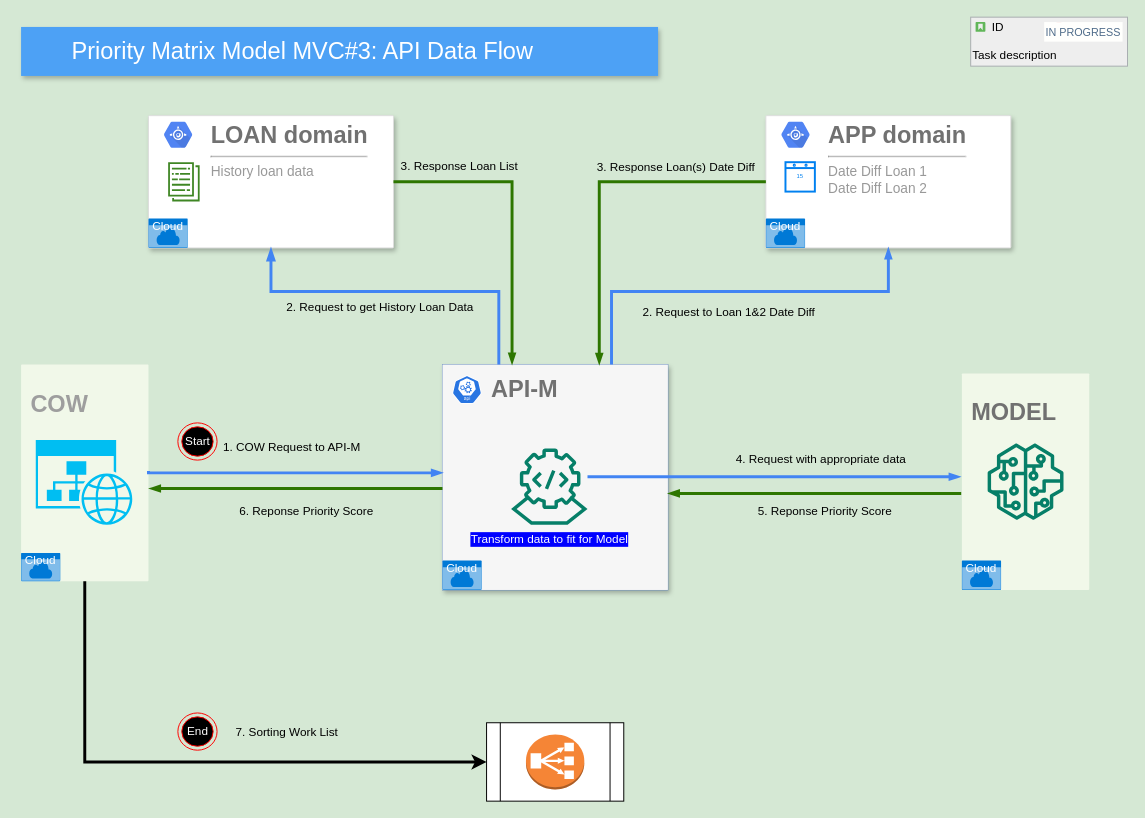
Before: PriorityMatrixAPIDataFlow.drawio in kencheril/keep, a draw.io diagram. Source tidied: cells renumbered, new cells numbered last; positions are measured from the earlier drawing's top-left corner, leaving out a move shared by most shapes. Both pictures are drawn from the tidied source at 98%, with x=0, y=0 at pixel (-75, 17).
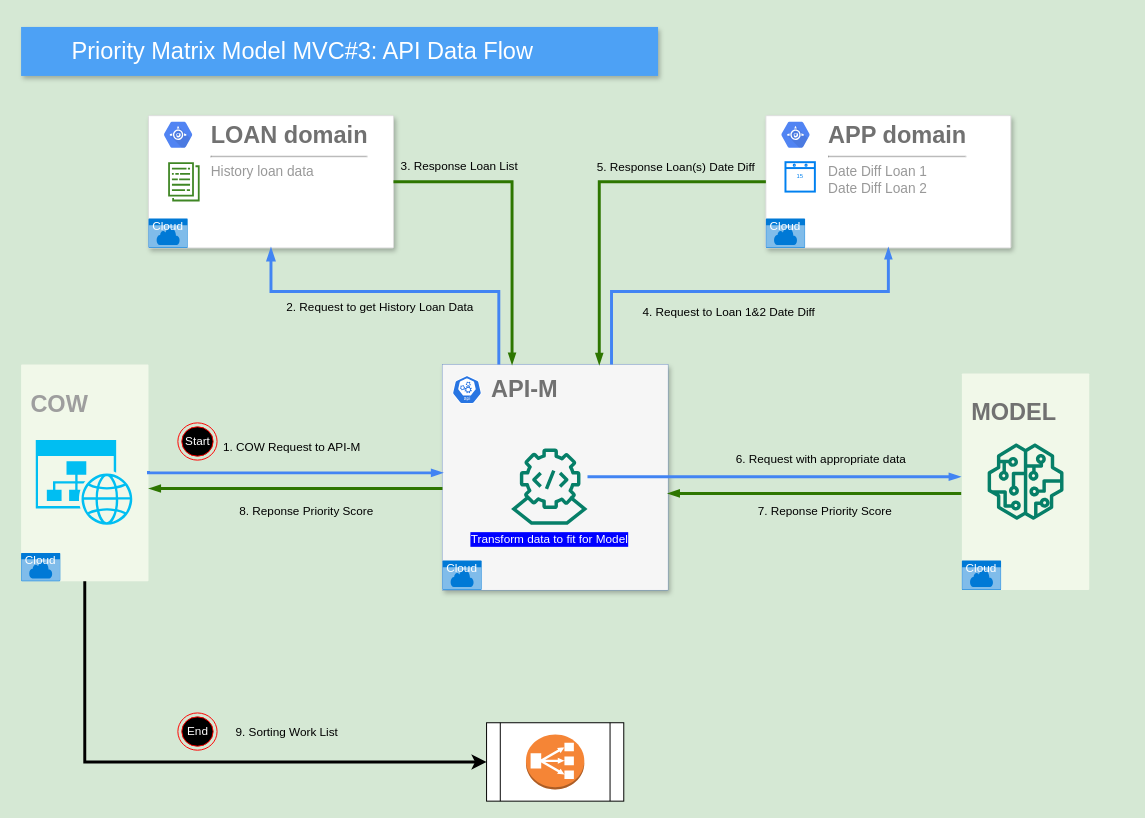
After the change.

Unchanged cells that the change refers to:
```xml
<mxCell id="6" value="&lt;h2&gt;&lt;font style=&quot;font-size: 24px;&quot;&gt;COW&lt;/font&gt;&lt;/h2&gt;" style="rounded=1;absoluteArcSize=1;arcSize=2;html=1;strokeColor=none;gradientColor=none;shadow=0;dashed=0;fontSize=12;fontColor=#9E9E9E;align=left;verticalAlign=top;spacing=10;spacingTop=-4;fillColor=#F1F8E9;" parent="5" vertex="1">
  <mxGeometry width="130" height="221" as="geometry" />
</mxCell>
<mxCell id="28" style="edgeStyle=elbowEdgeStyle;rounded=0;elbow=vertical;html=1;labelBackgroundColor=none;startFill=1;startSize=4;endArrow=blockThin;endFill=1;endSize=4;jettySize=auto;strokeColor=#4284F3;strokeWidth=3;fontSize=12;fontColor=#000000;align=left;dashed=0;entryX=0.5;entryY=1;entryDx=0;entryDy=0;exitX=0.75;exitY=0;exitDx=0;exitDy=0;" parent="1" edge="1" source="14" target="24">
  <mxGeometry relative="1" as="geometry">
    <Array as="points">
      <mxPoint x="838" y="280" />
      <mxPoint x="553" y="370" />
      <mxPoint x="393" y="382" />
      <mxPoint x="383" y="422" />
      <mxPoint x="383" y="372" />
    </Array>
  </mxGeometry>
</mxCell>
<mxCell id="30" style="edgeStyle=elbowEdgeStyle;rounded=0;elbow=vertical;html=1;labelBackgroundColor=none;startFill=1;startSize=4;endArrow=blockThin;endFill=1;endSize=4;jettySize=auto;strokeColor=#2D7600;strokeWidth=3;fontSize=12;fontColor=#000000;align=left;dashed=0;entryX=0.626;entryY=-0.001;entryDx=0;entryDy=0;fillColor=#60a917;entryPerimeter=0;exitX=0;exitY=0.5;exitDx=0;exitDy=0;" parent="1" edge="1" source="24">
  <mxGeometry relative="1" as="geometry">
    <mxPoint x="688" y="354.3" as="targetPoint" />
    <Array as="points">
      <mxPoint x="764" y="168" />
      <mxPoint x="579" y="380" />
      <mxPoint x="419" y="392" />
      <mxPoint x="409" y="432" />
      <mxPoint x="409" y="382" />
    </Array>
  </mxGeometry>
</mxCell>
<mxCell id="36" style="edgeStyle=elbowEdgeStyle;rounded=0;elbow=vertical;html=1;labelBackgroundColor=none;startFill=1;startSize=4;endArrow=blockThin;endFill=1;endSize=4;jettySize=auto;strokeColor=#4284F3;strokeWidth=3;fontSize=12;fontColor=#000000;align=left;dashed=0;entryX=-0.013;entryY=0.254;entryDx=0;entryDy=0;entryPerimeter=0;" parent="1" edge="1" source="17">
  <mxGeometry relative="1" as="geometry">
    <mxPoint x="1056.3" y="468.6" as="targetPoint" />
    <Array as="points">
      <mxPoint x="848" y="469" />
      <mxPoint x="563" y="429" />
      <mxPoint x="403" y="441" />
      <mxPoint x="393" y="481" />
      <mxPoint x="393" y="431" />
    </Array>
  </mxGeometry>
</mxCell>
<mxCell id="38" style="edgeStyle=elbowEdgeStyle;rounded=0;elbow=vertical;html=1;labelBackgroundColor=none;startFill=1;startSize=4;endArrow=blockThin;endFill=1;endSize=4;jettySize=auto;orthogonalLoop=1;strokeColor=#2D7600;strokeWidth=3;fontSize=12;fontColor=#000000;align=left;dashed=0;entryX=1.002;entryY=0.703;entryDx=0;entryDy=0;fillColor=#60a917;entryPerimeter=0;exitX=-0.005;exitY=0.69;exitDx=0;exitDy=0;exitPerimeter=0;" parent="1" edge="1">
  <mxGeometry relative="1" as="geometry">
    <mxPoint x="1057.3" y="486" as="sourcePoint" />
    <mxPoint x="758.5" y="486.2" as="targetPoint" />
    <Array as="points">
      <mxPoint x="898" y="486" />
      <mxPoint x="699" y="692" />
      <mxPoint x="539" y="704" />
      <mxPoint x="529" y="744" />
      <mxPoint x="529" y="694" />
    </Array>
  </mxGeometry>
</mxCell>
<mxCell id="40" style="edgeStyle=elbowEdgeStyle;rounded=0;elbow=vertical;html=1;labelBackgroundColor=none;startFill=1;startSize=4;endArrow=blockThin;endFill=1;endSize=4;jettySize=auto;orthogonalLoop=1;strokeColor=#2D7600;strokeWidth=3;fontSize=12;fontColor=#000000;align=left;dashed=0;entryX=1.002;entryY=0.703;entryDx=0;entryDy=0;fillColor=#60a917;entryPerimeter=0;exitX=-0.005;exitY=0.69;exitDx=0;exitDy=0;exitPerimeter=0;" parent="1" edge="1">
  <mxGeometry relative="1" as="geometry">
    <mxPoint x="528" y="481" as="sourcePoint" />
    <mxPoint x="229" y="481" as="targetPoint" />
    <Array as="points">
      <mxPoint x="369" y="481" />
      <mxPoint x="170" y="687" />
      <mxPoint x="10" y="699" />
      <mxPoint y="739" />
      <mxPoint y="689" />
    </Array>
  </mxGeometry>
</mxCell>
<mxCell id="42" style="shape=process;whiteSpace=wrap;html=1;backgroundOutline=1;" parent="1" vertex="1">
  <mxGeometry x="573" y="720" width="140" height="80" as="geometry" />
</mxCell>
```

What changed in the source:
```diff
@@
-    <mxCell id="29" value="&lt;font style=&quot;font-size: 12px;&quot;&gt;2. Request to Loan 1&amp;amp;2 Date Diff&lt;/font&gt;" style="edgeLabel;html=1;align=center;verticalAlign=middle;fontSize=12;labelBackgroundColor=none;" parent="28" vertex="1">
+    <mxCell id="29" value="&lt;font style=&quot;font-size: 12px;&quot;&gt;4. Request to Loan 1&amp;amp;2 Date Diff&lt;/font&gt;" style="edgeLabel;html=1;align=center;verticalAlign=middle;fontSize=12;labelBackgroundColor=none;" parent="28" vertex="1">
       <mxGeometry x="-0.03" y="-2" relative="1" as="geometry">
         <mxPoint x="-2" y="18" as="offset" />
       </mxGeometry>
     </mxCell>
@@
-    <mxCell id="31" value="&lt;font style=&quot;font-size: 12px;&quot;&gt;3. Response Loan(s) Date Diff&lt;/font&gt;" style="edgeLabel;html=1;align=center;verticalAlign=middle;fontSize=12;labelBackgroundColor=none;" parent="30" vertex="1">
+    <mxCell id="31" value="&lt;font style=&quot;font-size: 12px;&quot;&gt;5. Response Loan(s) Date Diff&lt;/font&gt;" style="edgeLabel;html=1;align=center;verticalAlign=middle;fontSize=12;labelBackgroundColor=none;" parent="30" vertex="1">
       <mxGeometry x="-0.03" y="-2" relative="1" as="geometry">
         <mxPoint x="79" y="-18" as="offset" />
       </mxGeometry>
     </mxCell>
@@
-    <mxCell id="37" value="&lt;font style=&quot;font-size: 12px;&quot;&gt;4. Request with appropriate data&lt;/font&gt;" style="edgeLabel;html=1;align=center;verticalAlign=middle;fontSize=12;labelBackgroundColor=none;" parent="36" vertex="1">
+    <mxCell id="37" value="&lt;font style=&quot;font-size: 12px;&quot;&gt;6. Request with appropriate data&lt;/font&gt;" style="edgeLabel;html=1;align=center;verticalAlign=middle;fontSize=12;labelBackgroundColor=none;" parent="36" vertex="1">
       <mxGeometry x="-0.03" y="-2" relative="1" as="geometry">
         <mxPoint x="52" y="-21" as="offset" />
       </mxGeometry>
     </mxCell>
@@
-    <mxCell id="39" value="&lt;font style=&quot;font-size: 12px;&quot;&gt;5. Reponse Priority Score&lt;/font&gt;" style="edgeLabel;html=1;align=center;verticalAlign=middle;fontSize=12;labelBackgroundColor=none;" parent="38" vertex="1">
+    <mxCell id="39" value="&lt;font style=&quot;font-size: 12px;&quot;&gt;7. Reponse Priority Score&lt;/font&gt;" style="edgeLabel;html=1;align=center;verticalAlign=middle;fontSize=12;labelBackgroundColor=none;" parent="38" vertex="1">
       <mxGeometry x="-0.03" y="-2" relative="1" as="geometry">
         <mxPoint x="5" y="19" as="offset" />
       </mxGeometry>
     </mxCell>
@@
-    <mxCell id="41" value="&lt;font style=&quot;font-size: 12px;&quot;&gt;6. Reponse Priority Score&lt;/font&gt;" style="edgeLabel;html=1;align=center;verticalAlign=middle;fontSize=12;labelBackgroundColor=none;" parent="40" vertex="1">
+    <mxCell id="41" value="&lt;font style=&quot;font-size: 12px;&quot;&gt;8. Reponse Priority Score&lt;/font&gt;" style="edgeLabel;html=1;align=center;verticalAlign=middle;fontSize=12;labelBackgroundColor=none;" parent="40" vertex="1">
       <mxGeometry x="-0.03" y="-2" relative="1" as="geometry">
         <mxPoint x="5" y="25" as="offset" />
       </mxGeometry>
     </mxCell>
@@
-    <mxCell id="43" value="7. Sorting Work List" style="edgeStyle=orthogonalEdgeStyle;rounded=0;jettySize=auto;html=1;fontSize=12;strokeWidth=3;labelBackgroundColor=none;" parent="1" edge="1" source="6" target="42">
+    <mxCell id="43" value="9. Sorting Work List" style="edgeStyle=orthogonalEdgeStyle;rounded=0;jettySize=auto;html=1;fontSize=12;strokeWidth=3;labelBackgroundColor=none;" parent="1" edge="1" source="6" target="42">
       <mxGeometry x="0.31" y="30" relative="1" as="geometry">
         <Array as="points">
           <mxPoint x="163" y="760" />
         </Array>
         <mxPoint x="1" as="offset" />
       </mxGeometry>
     </mxCell>
@@
-    <mxCell id="47" value="Task description" style="html=1;shadow=0;dashed=0;shape=mxgraph.atlassian.issue;issueType=story;issuePriority=blocker;issueStatus=inProgress;verticalAlign=top;align=left;whiteSpace=wrap;overflow=hidden;spacingTop=25;strokeColor=#A8ADB0;fillColor=#EEEEEE;fontSize=12;backgroundOutline=1;sketch=0;" parent="1" vertex="1">
-      <mxGeometry x="1067" width="160" height="50" as="geometry" />
-    </mxCell>
-    <mxCell id="48" value="ID" style="strokeColor=none;fillColor=none;align=left;" parent="47" vertex="1">
-      <mxGeometry width="60" height="20" relative="1" as="geometry">
-        <mxPoint x="20" as="offset" />
-      </mxGeometry>
-    </mxCell>
```
